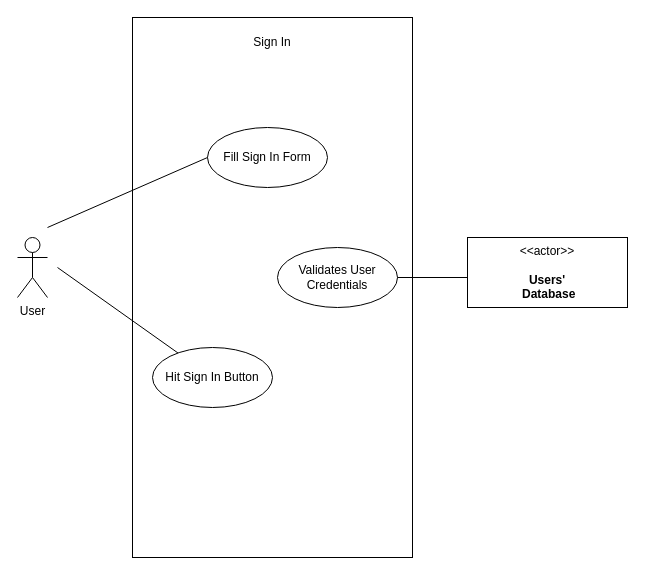
The draw.io diagram page "SignIn" (3 of 16) of Week-7-Team-04-Use Case Diagrams (2).drawio in Vaibhav-G-Parmar/Chronicle-Your-Ultimate-Travel-Companion, before the edit. Source tidied: cells renumbered, new cells numbered last; positions are measured from the earlier drawing's top-left corner, leaving out a move shared by most shapes. Both pictures are drawn from the tidied source at 100%, with x=0, y=0 at pixel (17, 17).
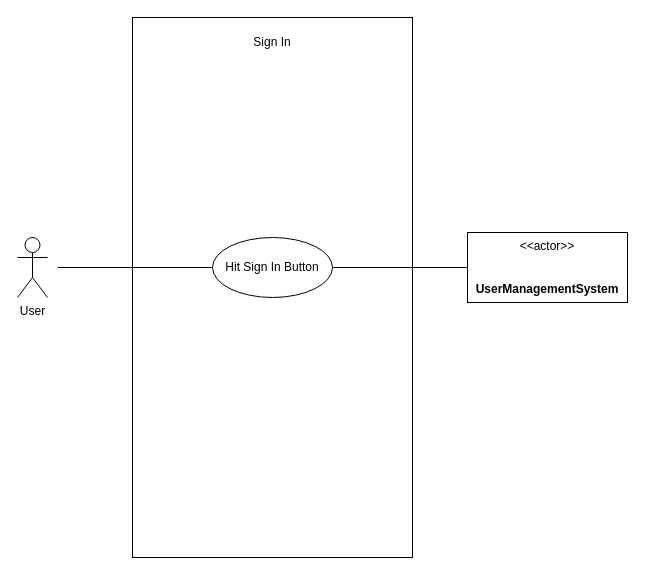
After the change.

Diff of the diagram source:
```diff
@@
 <mxGraphModel>
   <root>
     <mxCell id="0" />
     <mxCell id="1" parent="0" />
     <mxCell id="2" value="&lt;h2&gt;&lt;br&gt;&lt;/h2&gt;" style="rounded=0;whiteSpace=wrap;html=1;align=center;" parent="1" vertex="1">
       <mxGeometry x="115" width="280" height="540" as="geometry" />
     </mxCell>
-    <mxCell id="3" value="Fill Sign In Form" style="ellipse;whiteSpace=wrap;html=1;" parent="1" vertex="1">
-      <mxGeometry x="190" y="110" width="120" height="60" as="geometry" />
-    </mxCell>
     <mxCell id="4" value="User&lt;br&gt;" style="shape=umlActor;verticalLabelPosition=bottom;verticalAlign=top;html=1;" parent="1" vertex="1">
       <mxGeometry y="220" width="30" height="60" as="geometry" />
     </mxCell>
-    <mxCell id="5" value="&amp;lt;&amp;lt;actor&amp;gt;&amp;gt;&lt;br&gt;&lt;br&gt;&lt;b&gt;Users'&lt;br&gt;&amp;nbsp;Database&lt;br&gt;&lt;/b&gt;" style="html=1;align=center;verticalAlign=middle;dashed=0;whiteSpace=wrap;" parent="1" vertex="1">
-      <mxGeometry x="450" y="220" width="160" height="70" as="geometry" />
+    <mxCell id="5" value="&amp;lt;&amp;lt;actor&amp;gt;&amp;gt;&lt;br&gt;&lt;br&gt;&lt;b&gt;&lt;br&gt;&lt;/b&gt;&lt;b style=&quot;border-color: var(--border-color);&quot;&gt;UserManagementSystem&lt;/b&gt;&lt;b&gt;&lt;br&gt;&lt;/b&gt;" style="html=1;align=center;verticalAlign=middle;dashed=0;whiteSpace=wrap;" parent="1" vertex="1">
+      <mxGeometry x="450" y="215" width="160" height="70" as="geometry" />
     </mxCell>
-    <mxCell id="6" style="endArrow=none;html=1;rounded=0;entryX=0;entryY=0.5;entryDx=0;entryDy=0;" parent="1" edge="1" target="3">
-      <mxGeometry relative="1" as="geometry">
-        <mxPoint x="30" y="210" as="sourcePoint" />
-      </mxGeometry>
-    </mxCell>
     <mxCell id="7" value="Sign In" style="text;html=1;strokeColor=none;fillColor=none;align=center;verticalAlign=middle;whiteSpace=wrap;rounded=0;" parent="1" vertex="1">
       <mxGeometry x="225" y="10" width="60" height="30" as="geometry" />
     </mxCell>
     <mxCell id="8" value="Hit Sign In Button" style="ellipse;whiteSpace=wrap;html=1;" parent="1" vertex="1">
-      <mxGeometry x="135" y="330" width="120" height="60" as="geometry" />
+      <mxGeometry x="195" y="220" width="120" height="60" as="geometry" />
     </mxCell>
     <mxCell id="9" style="endArrow=none;html=1;rounded=0;" parent="1" edge="1" target="8">
       <mxGeometry relative="1" as="geometry">
         <mxPoint x="40" y="250" as="sourcePoint" />
       </mxGeometry>
     </mxCell>
-    <mxCell id="10" value="Validates User Credentials" style="ellipse;whiteSpace=wrap;html=1;" parent="1" vertex="1">
-      <mxGeometry x="260" y="230" width="120" height="60" as="geometry" />
-    </mxCell>
-    <mxCell id="11" style="endArrow=none;html=1;rounded=0;exitX=1;exitY=0.5;exitDx=0;exitDy=0;" parent="1" edge="1" source="10">
-      <mxGeometry relative="1" as="geometry">
-        <mxPoint x="450" y="260" as="targetPoint" />
-      </mxGeometry>
+    <mxCell id="11" style="endArrow=none;html=1;rounded=0;exitX=1;exitY=0.5;exitDx=0;exitDy=0;entryX=0;entryY=0.5;entryDx=0;entryDy=0;" parent="1" edge="1" source="8" target="5">
+      <mxGeometry relative="1" as="geometry" />
     </mxCell>
   </root>
 </mxGraphModel>
```
